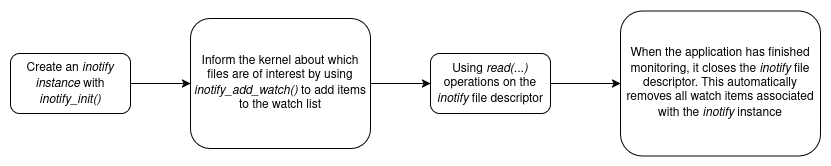
The draw.io diagram docs/assets/inotify_usage.drawio.png in da0p/GithubPage, before a commit. Source tidied: cells renumbered, new cells last; positions are measured from the earlier drawing's top-left corner, leaving out a move shared by most shapes. The source it was exported from:
```xml
<mxGraphModel>
  <root>
    <mxCell id="0" />
    <mxCell id="1" parent="0" />
    <mxCell id="2" style="edgeStyle=orthogonalEdgeStyle;rounded=0;jettySize=auto;html=1;exitX=1;exitY=0.5;exitDx=0;exitDy=0;entryX=0;entryY=0.5;entryDx=0;entryDy=0;" parent="1" edge="1" source="3" target="5">
      <mxGeometry relative="1" as="geometry" />
    </mxCell>
    <mxCell id="3" value="Create an &lt;i&gt;inotify instance&lt;/i&gt; with&lt;br&gt;&lt;i&gt;inotify_init()&lt;/i&gt;" style="rounded=1;whiteSpace=wrap;html=1;" parent="1" vertex="1">
      <mxGeometry y="43" width="120" height="60" as="geometry" />
    </mxCell>
    <mxCell id="4" style="edgeStyle=orthogonalEdgeStyle;rounded=0;jettySize=auto;html=1;exitX=1;exitY=0.5;exitDx=0;exitDy=0;entryX=0;entryY=0.5;entryDx=0;entryDy=0;" parent="1" edge="1" source="5" target="7">
      <mxGeometry relative="1" as="geometry" />
    </mxCell>
    <mxCell id="5" value="Inform the kernel about which files are of interest by using &lt;i&gt;inotify_add_watch()&lt;/i&gt; to add items to the watch list" style="rounded=1;whiteSpace=wrap;html=1;" parent="1" vertex="1">
      <mxGeometry x="180" y="8" width="180" height="130" as="geometry" />
    </mxCell>
    <mxCell id="6" style="edgeStyle=orthogonalEdgeStyle;rounded=0;jettySize=auto;html=1;exitX=1;exitY=0.5;exitDx=0;exitDy=0;entryX=0;entryY=0.5;entryDx=0;entryDy=0;" parent="1" edge="1" source="7" target="8">
      <mxGeometry relative="1" as="geometry" />
    </mxCell>
    <mxCell id="7" value="Using &lt;i&gt;read(...)&lt;/i&gt; operations on the &lt;i&gt;inotify&lt;/i&gt; file descriptor" style="rounded=1;whiteSpace=wrap;html=1;" parent="1" vertex="1">
      <mxGeometry x="420" y="43" width="120" height="60" as="geometry" />
    </mxCell>
    <mxCell id="8" value="When the application has finished monitoring, it closes the &lt;i&gt;inotify&lt;/i&gt; file descriptor. This automatically removes all watch items associated with the &lt;i&gt;inotify&lt;/i&gt; instance" style="rounded=1;whiteSpace=wrap;html=1;" parent="1" vertex="1">
      <mxGeometry x="610" y="0.5" width="200" height="145" as="geometry" />
    </mxCell>
  </root>
</mxGraphModel>
```
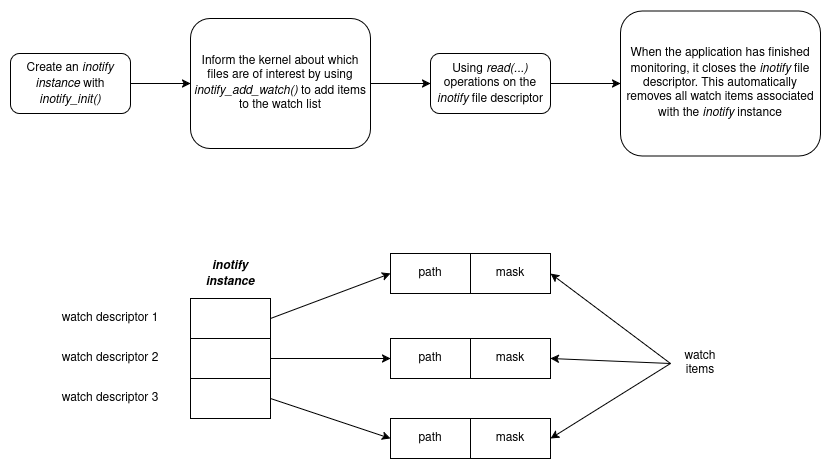
After the commit.

The edit, as a diff of the source:
```diff
@@ -23,5 +23,65 @@
     <mxCell id="8" value="When the application has finished monitoring, it closes the &lt;i&gt;inotify&lt;/i&gt; file descriptor. This automatically removes all watch items associated with the &lt;i&gt;inotify&lt;/i&gt; instance" style="rounded=1;whiteSpace=wrap;html=1;" parent="1" vertex="1">
       <mxGeometry x="610" y="0.5" width="200" height="145" as="geometry" />
     </mxCell>
+    <mxCell id="9" style="rounded=0;whiteSpace=wrap;html=1;" parent="1" vertex="1">
+      <mxGeometry x="180" y="288" width="80" height="40" as="geometry" />
+    </mxCell>
+    <mxCell id="10" value="&lt;b&gt;&lt;i&gt;inotify instance&lt;/i&gt;&lt;/b&gt;" style="text;html=1;align=center;verticalAlign=middle;whiteSpace=wrap;rounded=0;" parent="1" vertex="1">
+      <mxGeometry x="190" y="248" width="60" height="30" as="geometry" />
+    </mxCell>
+    <mxCell id="11" style="rounded=0;whiteSpace=wrap;html=1;" parent="1" vertex="1">
+      <mxGeometry x="180" y="328" width="80" height="40" as="geometry" />
+    </mxCell>
+    <mxCell id="12" style="rounded=0;whiteSpace=wrap;html=1;" parent="1" vertex="1">
+      <mxGeometry x="180" y="368" width="80" height="40" as="geometry" />
+    </mxCell>
+    <mxCell id="13" value="watch descriptor 1" style="text;html=1;align=center;verticalAlign=middle;whiteSpace=wrap;rounded=0;" parent="1" vertex="1">
+      <mxGeometry x="20" y="293" width="160" height="30" as="geometry" />
+    </mxCell>
+    <mxCell id="14" value="watch descriptor 2" style="text;html=1;align=center;verticalAlign=middle;whiteSpace=wrap;rounded=0;" parent="1" vertex="1">
+      <mxGeometry x="20" y="333" width="160" height="30" as="geometry" />
+    </mxCell>
+    <mxCell id="15" value="watch descriptor 3" style="text;html=1;align=center;verticalAlign=middle;whiteSpace=wrap;rounded=0;" parent="1" vertex="1">
+      <mxGeometry x="20" y="373" width="160" height="30" as="geometry" />
+    </mxCell>
+    <mxCell id="16" value="path" style="rounded=0;whiteSpace=wrap;html=1;" parent="1" vertex="1">
+      <mxGeometry x="380" y="243" width="80" height="40" as="geometry" />
+    </mxCell>
+    <mxCell id="17" value="mask" style="rounded=0;whiteSpace=wrap;html=1;" parent="1" vertex="1">
+      <mxGeometry x="460" y="243" width="80" height="40" as="geometry" />
+    </mxCell>
+    <mxCell id="18" value="path" style="rounded=0;whiteSpace=wrap;html=1;" parent="1" vertex="1">
+      <mxGeometry x="380" y="328" width="80" height="40" as="geometry" />
+    </mxCell>
+    <mxCell id="19" value="mask" style="rounded=0;whiteSpace=wrap;html=1;" parent="1" vertex="1">
+      <mxGeometry x="460" y="328" width="80" height="40" as="geometry" />
+    </mxCell>
+    <mxCell id="20" value="path" style="rounded=0;whiteSpace=wrap;html=1;" parent="1" vertex="1">
+      <mxGeometry x="380" y="408" width="80" height="40" as="geometry" />
+    </mxCell>
+    <mxCell id="21" value="mask" style="rounded=0;whiteSpace=wrap;html=1;" parent="1" vertex="1">
+      <mxGeometry x="460" y="408" width="80" height="40" as="geometry" />
+    </mxCell>
+    <mxCell id="22" style="endArrow=classic;html=1;rounded=0;exitX=1;exitY=0.5;exitDx=0;exitDy=0;entryX=0;entryY=0.5;entryDx=0;entryDy=0;" parent="1" edge="1" source="9" target="16">
+      <mxGeometry relative="1" as="geometry" />
+    </mxCell>
+    <mxCell id="23" style="endArrow=classic;html=1;rounded=0;exitX=1;exitY=0.5;exitDx=0;exitDy=0;entryX=0;entryY=0.5;entryDx=0;entryDy=0;" parent="1" edge="1" source="11" target="18">
+      <mxGeometry relative="1" as="geometry" />
+    </mxCell>
+    <mxCell id="24" style="endArrow=classic;html=1;rounded=0;exitX=1;exitY=0.5;exitDx=0;exitDy=0;entryX=0;entryY=0.5;entryDx=0;entryDy=0;" parent="1" edge="1" source="12" target="20">
+      <mxGeometry relative="1" as="geometry" />
+    </mxCell>
+    <mxCell id="25" value="watch items" style="text;html=1;align=center;verticalAlign=middle;whiteSpace=wrap;rounded=0;" parent="1" vertex="1">
+      <mxGeometry x="660" y="338" width="60" height="30" as="geometry" />
+    </mxCell>
+    <mxCell id="26" style="endArrow=classic;html=1;rounded=0;entryX=1;entryY=0.5;entryDx=0;entryDy=0;exitX=0;exitY=0.5;exitDx=0;exitDy=0;" parent="1" edge="1" source="25" target="17">
+      <mxGeometry relative="1" as="geometry" />
+    </mxCell>
+    <mxCell id="27" style="endArrow=classic;html=1;rounded=0;entryX=1;entryY=0.5;entryDx=0;entryDy=0;exitX=0;exitY=0.5;exitDx=0;exitDy=0;" parent="1" edge="1" source="25" target="19">
+      <mxGeometry relative="1" as="geometry" />
+    </mxCell>
+    <mxCell id="28" style="endArrow=classic;html=1;rounded=0;entryX=1;entryY=0.5;entryDx=0;entryDy=0;exitX=0;exitY=0.5;exitDx=0;exitDy=0;" parent="1" edge="1" source="25" target="21">
+      <mxGeometry relative="1" as="geometry" />
+    </mxCell>
   </root>
 </mxGraphModel>
```
